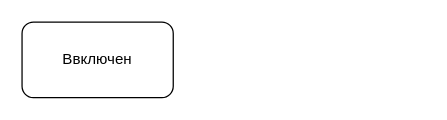
Earlier version of the draw.io diagram Диаграмма без названия.drawio (IsaevSergeTesla/test). Source tidied: cells renumbered, new cells numbered last; positions are measured from the earlier drawing's top-left corner, leaving out a move shared by most shapes. Both pictures are drawn from the tidied source at 126%, with x=0, y=0 at pixel (21, 21).
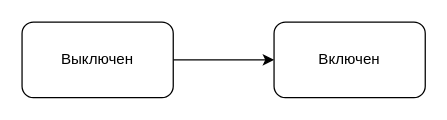
The same diagram, later.

The edit, as a diff of the source:
```diff
@@
 <mxGraphModel>
   <root>
     <mxCell id="0" />
     <mxCell id="1" parent="0" />
+    <mxCell id="3" style="edgeStyle=orthogonalEdgeStyle;rounded=0;jettySize=auto;html=1;" parent="1" edge="1" source="2" target="4">
+      <mxGeometry relative="1" as="geometry">
+        <Array as="points">
+          <mxPoint x="150" y="30" />
+          <mxPoint x="150" y="30" />
+        </Array>
+      </mxGeometry>
+    </mxCell>
-    <mxCell id="2" value="Ввключен" style="rounded=1;whiteSpace=wrap;html=1;" parent="1" vertex="1">
+    <mxCell id="2" value="Выключен" style="rounded=1;whiteSpace=wrap;html=1;" parent="1" vertex="1">
       <mxGeometry width="120" height="60" as="geometry" />
     </mxCell>
+    <mxCell id="4" value="Включен" style="whiteSpace=wrap;html=1;rounded=1;" parent="1" vertex="1">
+      <mxGeometry x="200" width="120" height="60" as="geometry" />
+    </mxCell>
   </root>
 </mxGraphModel>
```
